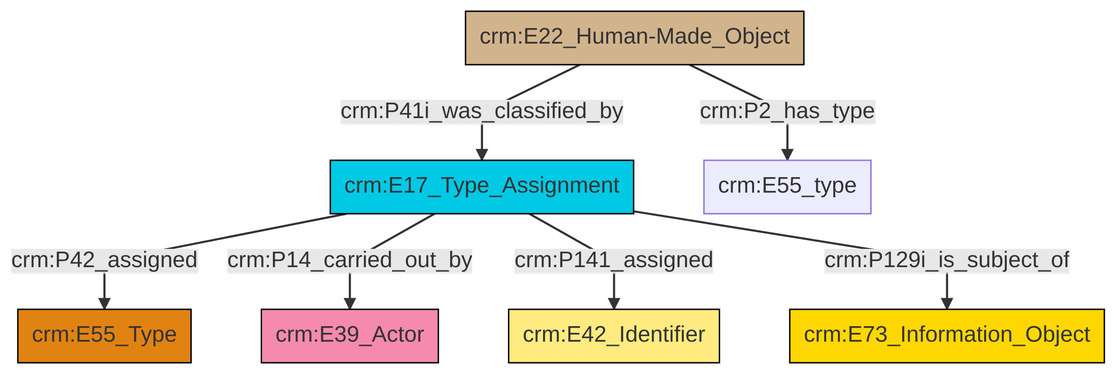
Earlier version of the Mermaid export et/builtWorkCSV/ttl/mmd/png/Built_Work_designation_status.png (swiss-art-research-net/docs.swissartresearch). Its source is kept beside it as et/builtWorkCSV/ttl/mmd/Built_Work_designation_status.ttl.mmd.
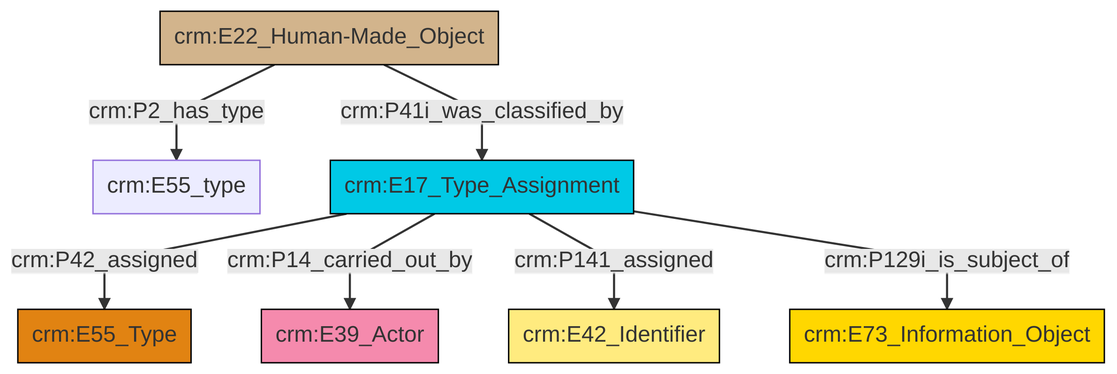
The same file after the commit.

Change to the diagram source:
```diff
@@ -13,9 +13,9 @@
 classDef PC_Classes fill:#4ce600, stroke:#000000;
 classDef Multi fill:#cccccc,stroke:#000000;
 
-0["crm:E17_Type_Assignment"]:::Temporal_Entity -->|crm:P42_assigned| 4["crm:E55_Type"]:::Type
-0["crm:E17_Type_Assignment"]:::Temporal_Entity -->|crm:P14_carried_out_by| 2["crm:E39_Actor"]:::Actor
-5["crm:E22_Human-Made_Object"]:::Physical_Thing -->|crm:P2_has_type| 6["crm:E55_type"]:::Default
-0["crm:E17_Type_Assignment"]:::Temporal_Entity -->|crm:P141_assigned| 11["crm:E42_Identifier"]:::Appellation
-5["crm:E22_Human-Made_Object"]:::Physical_Thing -->|crm:P41i_was_classified_by| 0["crm:E17_Type_Assignment"]:::Temporal_Entity
-0["crm:E17_Type_Assignment"]:::Temporal_Entity -->|crm:P129i_is_subject_of| 7["crm:E73_Information_Object"]:::Conceptual_Object
+8["crm:E17_Type_Assignment"]:::Temporal_Entity -->|crm:P42_assigned| 9["crm:E55_Type"]:::Type
+8["crm:E17_Type_Assignment"]:::Temporal_Entity -->|crm:P14_carried_out_by| 0["crm:E39_Actor"]:::Actor
+8["crm:E17_Type_Assignment"]:::Temporal_Entity -->|crm:P141_assigned| 4["crm:E42_Identifier"]:::Appellation
+2["crm:E22_Human-Made_Object"]:::Physical_Thing -->|crm:P41i_was_classified_by| 8["crm:E17_Type_Assignment"]:::Temporal_Entity
+8["crm:E17_Type_Assignment"]:::Temporal_Entity -->|crm:P129i_is_subject_of| 12["crm:E73_Information_Object"]:::Conceptual_Object
+2["crm:E22_Human-Made_Object"]:::Physical_Thing -->|crm:P2_has_type| 6["crm:E55_type"]:::Default
```
